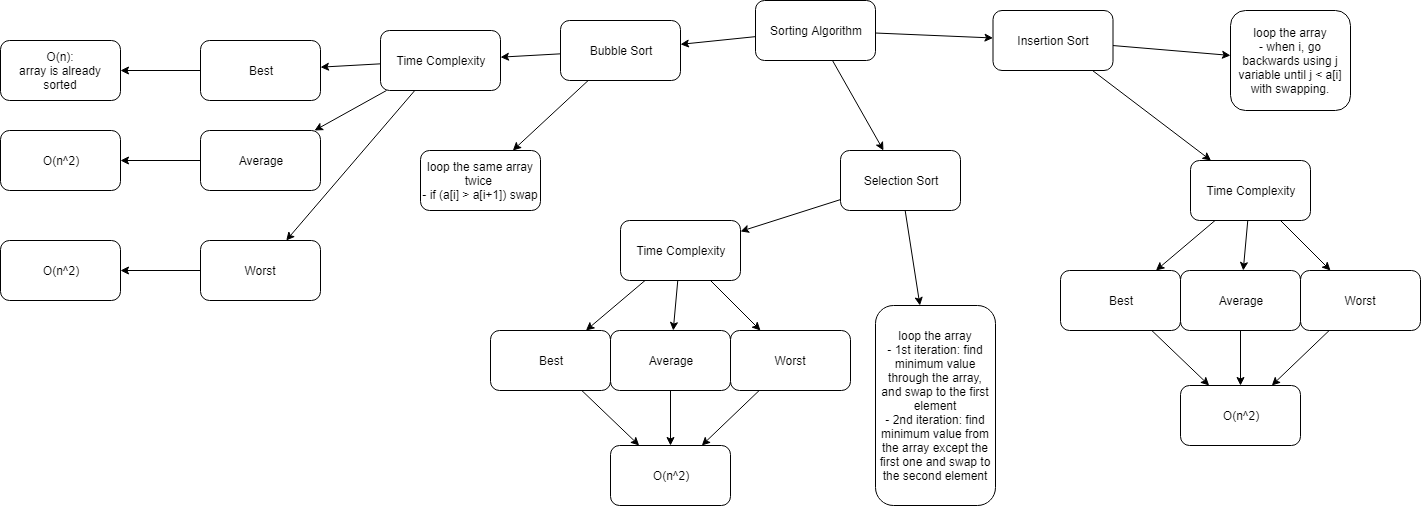
Above: Sorting_Algorithm.PNG in stsiwo/data_structures_and_algorithm (draw.io), before the change. Source tidied: cells renumbered, new cells last; positions are measured from the earlier drawing's top-left corner, leaving out a move shared by most shapes. The source it was exported from:
```xml
<mxGraphModel>
  <root>
    <mxCell id="0" />
    <mxCell id="1" parent="0" />
    <mxCell id="2" style="rounded=0;jettySize=auto;html=1;" parent="1" edge="1" source="5" target="12">
      <mxGeometry relative="1" as="geometry" />
    </mxCell>
    <mxCell id="3" style="edgeStyle=none;rounded=0;jettySize=auto;html=1;" parent="1" edge="1" source="5" target="8">
      <mxGeometry relative="1" as="geometry" />
    </mxCell>
    <mxCell id="4" style="edgeStyle=none;rounded=0;jettySize=auto;html=1;" parent="1" edge="1" source="5" target="29">
      <mxGeometry relative="1" as="geometry" />
    </mxCell>
    <mxCell id="5" value="Sorting Algorithm" style="rounded=1;whiteSpace=wrap;html=1;" parent="1" vertex="1">
      <mxGeometry x="755" width="120" height="60" as="geometry" />
    </mxCell>
    <mxCell id="6" style="edgeStyle=none;rounded=0;jettySize=auto;html=1;" parent="1" edge="1" source="8" target="9">
      <mxGeometry relative="1" as="geometry" />
    </mxCell>
    <mxCell id="7" style="edgeStyle=none;rounded=0;jettySize=auto;html=1;" parent="1" edge="1" source="8" target="35">
      <mxGeometry relative="1" as="geometry" />
    </mxCell>
    <mxCell id="8" value="Selection Sort" style="rounded=1;whiteSpace=wrap;html=1;" parent="1" vertex="1">
      <mxGeometry x="840" y="150" width="120" height="60" as="geometry" />
    </mxCell>
    <mxCell id="9" value="loop the array&lt;br&gt;- 1st iteration: find minimum value through the array, and swap to the first element&lt;br&gt;- 2nd iteration: find minimum value from the array except the first one and swap to the second element" style="rounded=1;whiteSpace=wrap;html=1;" parent="1" vertex="1">
      <mxGeometry x="875" y="305" width="120" height="200" as="geometry" />
    </mxCell>
    <mxCell id="10" style="edgeStyle=none;rounded=0;jettySize=auto;html=1;" parent="1" edge="1" source="12" target="26">
      <mxGeometry relative="1" as="geometry" />
    </mxCell>
    <mxCell id="11" style="edgeStyle=none;rounded=0;jettySize=auto;html=1;" parent="1" edge="1" source="12" target="16">
      <mxGeometry relative="1" as="geometry" />
    </mxCell>
    <mxCell id="12" value="Bubble Sort" style="rounded=1;whiteSpace=wrap;html=1;" parent="1" vertex="1">
      <mxGeometry x="560" y="20" width="120" height="60" as="geometry" />
    </mxCell>
    <mxCell id="13" style="edgeStyle=none;rounded=0;jettySize=auto;html=1;" parent="1" edge="1" source="16" target="24">
      <mxGeometry relative="1" as="geometry" />
    </mxCell>
    <mxCell id="14" style="edgeStyle=none;rounded=0;jettySize=auto;html=1;" parent="1" edge="1" source="16" target="21">
      <mxGeometry relative="1" as="geometry" />
    </mxCell>
    <mxCell id="15" style="edgeStyle=none;rounded=0;jettySize=auto;html=1;" parent="1" edge="1" source="16" target="18">
      <mxGeometry relative="1" as="geometry" />
    </mxCell>
    <mxCell id="16" value="Time Complexity" style="rounded=1;whiteSpace=wrap;html=1;" parent="1" vertex="1">
      <mxGeometry x="380" y="30" width="120" height="60" as="geometry" />
    </mxCell>
    <mxCell id="17" style="edgeStyle=none;rounded=0;jettySize=auto;html=1;" parent="1" edge="1" source="18" target="19">
      <mxGeometry relative="1" as="geometry" />
    </mxCell>
    <mxCell id="18" value="Worst" style="rounded=1;whiteSpace=wrap;html=1;" parent="1" vertex="1">
      <mxGeometry x="200" y="240" width="120" height="60" as="geometry" />
    </mxCell>
    <mxCell id="19" value="O(n^2)" style="rounded=1;whiteSpace=wrap;html=1;" parent="1" vertex="1">
      <mxGeometry y="240" width="120" height="60" as="geometry" />
    </mxCell>
    <mxCell id="20" style="edgeStyle=none;rounded=0;jettySize=auto;html=1;" parent="1" edge="1" source="21" target="22">
      <mxGeometry relative="1" as="geometry" />
    </mxCell>
    <mxCell id="21" value="Average" style="rounded=1;whiteSpace=wrap;html=1;" parent="1" vertex="1">
      <mxGeometry x="200" y="130" width="120" height="60" as="geometry" />
    </mxCell>
    <mxCell id="22" value="O(n^2)" style="rounded=1;whiteSpace=wrap;html=1;" parent="1" vertex="1">
      <mxGeometry y="130" width="120" height="60" as="geometry" />
    </mxCell>
    <mxCell id="23" style="edgeStyle=none;rounded=0;jettySize=auto;html=1;" parent="1" edge="1" source="24" target="25">
      <mxGeometry relative="1" as="geometry" />
    </mxCell>
    <mxCell id="24" value="Best" style="rounded=1;whiteSpace=wrap;html=1;" parent="1" vertex="1">
      <mxGeometry x="200" y="40" width="120" height="60" as="geometry" />
    </mxCell>
    <mxCell id="25" value="O(n):&lt;br&gt;array is already sorted" style="rounded=1;whiteSpace=wrap;html=1;" parent="1" vertex="1">
      <mxGeometry y="40" width="120" height="60" as="geometry" />
    </mxCell>
    <mxCell id="26" value="loop the same array twice&amp;nbsp;&lt;br&gt;- if (a[i] &amp;gt; a[i+1]) swap" style="rounded=1;whiteSpace=wrap;html=1;" parent="1" vertex="1">
      <mxGeometry x="420" y="150" width="120" height="60" as="geometry" />
    </mxCell>
    <mxCell id="27" style="edgeStyle=none;rounded=0;jettySize=auto;html=1;" parent="1" edge="1" source="29" target="30">
      <mxGeometry relative="1" as="geometry" />
    </mxCell>
    <mxCell id="28" style="edgeStyle=none;rounded=0;jettySize=auto;html=1;" parent="1" edge="1" source="29" target="47">
      <mxGeometry relative="1" as="geometry" />
    </mxCell>
    <mxCell id="29" value="Insertion Sort" style="rounded=1;whiteSpace=wrap;html=1;" parent="1" vertex="1">
      <mxGeometry x="992.5" y="10" width="120" height="60" as="geometry" />
    </mxCell>
    <mxCell id="30" value="loop the array&lt;br&gt;- when i, go backwards using j variable until j &amp;lt; a[i] with swapping." style="rounded=1;whiteSpace=wrap;html=1;" parent="1" vertex="1">
      <mxGeometry x="1230" y="10" width="120" height="100" as="geometry" />
    </mxCell>
    <mxCell id="31" value="&amp;nbsp; &amp;nbsp; &amp;nbsp; &amp;nbsp; &amp;nbsp; &amp;nbsp;&amp;nbsp;" style="text;html=1;align=left;verticalAlign=top;spacingTop=-4;" parent="1" vertex="1">
      <mxGeometry x="559" y="217" width="60" height="20" as="geometry" />
    </mxCell>
    <mxCell id="32" style="edgeStyle=none;rounded=0;jettySize=auto;html=1;" parent="1" edge="1" source="35" target="42">
      <mxGeometry relative="1" as="geometry" />
    </mxCell>
    <mxCell id="33" style="edgeStyle=none;rounded=0;jettySize=auto;html=1;" parent="1" edge="1" source="35" target="39">
      <mxGeometry relative="1" as="geometry" />
    </mxCell>
    <mxCell id="34" style="edgeStyle=none;rounded=0;jettySize=auto;html=1;" parent="1" edge="1" source="35" target="37">
      <mxGeometry relative="1" as="geometry" />
    </mxCell>
    <mxCell id="35" value="Time Complexity" style="rounded=1;whiteSpace=wrap;html=1;" parent="1" vertex="1">
      <mxGeometry x="620" y="220" width="120" height="60" as="geometry" />
    </mxCell>
    <mxCell id="36" style="edgeStyle=none;rounded=0;jettySize=auto;html=1;" parent="1" edge="1" source="37" target="40">
      <mxGeometry relative="1" as="geometry" />
    </mxCell>
    <mxCell id="37" value="Worst" style="rounded=1;whiteSpace=wrap;html=1;" parent="1" vertex="1">
      <mxGeometry x="730" y="330" width="120" height="60" as="geometry" />
    </mxCell>
    <mxCell id="38" style="edgeStyle=none;rounded=0;jettySize=auto;html=1;" parent="1" edge="1" source="39" target="40">
      <mxGeometry relative="1" as="geometry" />
    </mxCell>
    <mxCell id="39" value="Average" style="rounded=1;whiteSpace=wrap;html=1;" parent="1" vertex="1">
      <mxGeometry x="610" y="330" width="120" height="60" as="geometry" />
    </mxCell>
    <mxCell id="40" value="O(n^2)" style="rounded=1;whiteSpace=wrap;html=1;" parent="1" vertex="1">
      <mxGeometry x="610" y="445" width="120" height="60" as="geometry" />
    </mxCell>
    <mxCell id="41" style="edgeStyle=none;rounded=0;jettySize=auto;html=1;" parent="1" edge="1" source="42" target="40">
      <mxGeometry relative="1" as="geometry" />
    </mxCell>
    <mxCell id="42" value="Best" style="rounded=1;whiteSpace=wrap;html=1;" parent="1" vertex="1">
      <mxGeometry x="490" y="330" width="120" height="60" as="geometry" />
    </mxCell>
    <mxCell id="43" value="&amp;nbsp; &amp;nbsp; &amp;nbsp; &amp;nbsp; &amp;nbsp; &amp;nbsp;&amp;nbsp;" style="text;html=1;align=left;verticalAlign=top;spacingTop=-4;" parent="1" vertex="1">
      <mxGeometry x="1129" y="157" width="60" height="20" as="geometry" />
    </mxCell>
    <mxCell id="44" style="edgeStyle=none;rounded=0;jettySize=auto;html=1;" parent="1" edge="1" source="47" target="54">
      <mxGeometry relative="1" as="geometry" />
    </mxCell>
    <mxCell id="45" style="edgeStyle=none;rounded=0;jettySize=auto;html=1;" parent="1" edge="1" source="47" target="51">
      <mxGeometry relative="1" as="geometry" />
    </mxCell>
    <mxCell id="46" style="edgeStyle=none;rounded=0;jettySize=auto;html=1;" parent="1" edge="1" source="47" target="49">
      <mxGeometry relative="1" as="geometry" />
    </mxCell>
    <mxCell id="47" value="Time Complexity" style="rounded=1;whiteSpace=wrap;html=1;" parent="1" vertex="1">
      <mxGeometry x="1190" y="160" width="120" height="60" as="geometry" />
    </mxCell>
    <mxCell id="48" style="edgeStyle=none;rounded=0;jettySize=auto;html=1;" parent="1" edge="1" source="49" target="52">
      <mxGeometry relative="1" as="geometry" />
    </mxCell>
    <mxCell id="49" value="Worst" style="rounded=1;whiteSpace=wrap;html=1;" parent="1" vertex="1">
      <mxGeometry x="1300" y="270" width="120" height="60" as="geometry" />
    </mxCell>
    <mxCell id="50" style="edgeStyle=none;rounded=0;jettySize=auto;html=1;" parent="1" edge="1" source="51" target="52">
      <mxGeometry relative="1" as="geometry" />
    </mxCell>
    <mxCell id="51" value="Average" style="rounded=1;whiteSpace=wrap;html=1;" parent="1" vertex="1">
      <mxGeometry x="1180" y="270" width="120" height="60" as="geometry" />
    </mxCell>
    <mxCell id="52" value="O(n^2)" style="rounded=1;whiteSpace=wrap;html=1;" parent="1" vertex="1">
      <mxGeometry x="1180" y="385" width="120" height="60" as="geometry" />
    </mxCell>
    <mxCell id="53" style="edgeStyle=none;rounded=0;jettySize=auto;html=1;" parent="1" edge="1" source="54" target="52">
      <mxGeometry relative="1" as="geometry" />
    </mxCell>
    <mxCell id="54" value="Best" style="rounded=1;whiteSpace=wrap;html=1;" parent="1" vertex="1">
      <mxGeometry x="1060" y="270" width="120" height="60" as="geometry" />
    </mxCell>
  </root>
</mxGraphModel>
```
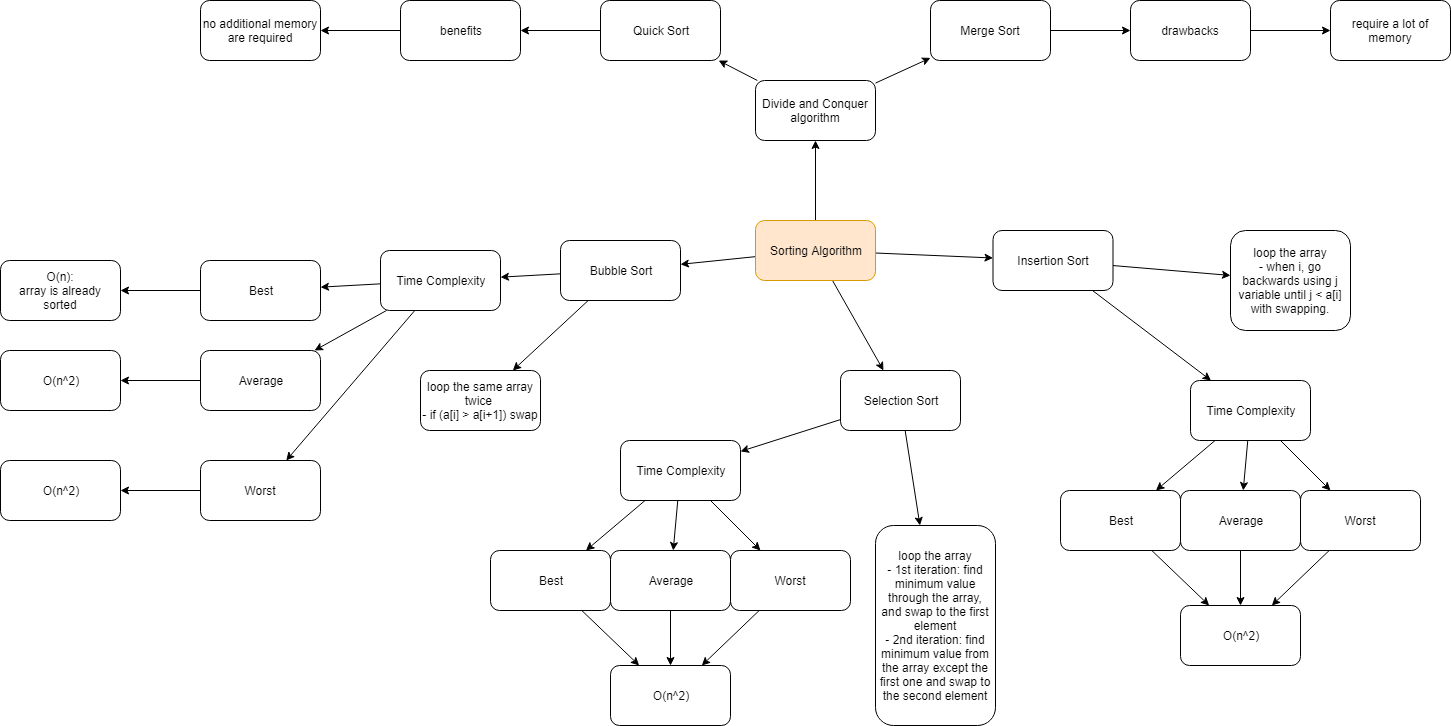
Later version of the same file.

Change to the diagram source:
```diff
@@ -11,9 +11,51 @@
     <mxCell id="4" style="edgeStyle=none;rounded=0;jettySize=auto;html=1;" parent="1" edge="1" source="5" target="29">
       <mxGeometry relative="1" as="geometry" />
     </mxCell>
+    <mxCell id="55" style="edgeStyle=none;rounded=0;jettySize=auto;html=1;" parent="1" edge="1" source="5" target="58">
+      <mxGeometry relative="1" as="geometry" />
+    </mxCell>
-    <mxCell id="5" value="Sorting Algorithm" style="rounded=1;whiteSpace=wrap;html=1;" parent="1" vertex="1">
+    <mxCell id="5" value="Sorting Algorithm" style="rounded=1;whiteSpace=wrap;html=1;fillColor=#ffe6cc;strokeColor=#d79b00;" parent="1" vertex="1">
       <mxGeometry x="755" width="120" height="60" as="geometry" />
     </mxCell>
+    <mxCell id="56" style="edgeStyle=none;rounded=0;jettySize=auto;html=1;" parent="1" edge="1" source="58" target="65">
+      <mxGeometry relative="1" as="geometry" />
+    </mxCell>
+    <mxCell id="57" style="edgeStyle=none;rounded=0;jettySize=auto;html=1;" parent="1" edge="1" source="58" target="60">
+      <mxGeometry relative="1" as="geometry" />
+    </mxCell>
+    <mxCell id="58" value="Divide and Conquer algorithm" style="rounded=1;whiteSpace=wrap;html=1;" parent="1" vertex="1">
+      <mxGeometry x="755" y="-140" width="120" height="60" as="geometry" />
+    </mxCell>
+    <mxCell id="59" style="edgeStyle=none;rounded=0;jettySize=auto;html=1;" parent="1" edge="1" source="60" target="62">
+      <mxGeometry relative="1" as="geometry" />
+    </mxCell>
+    <mxCell id="60" value="Merge Sort" style="rounded=1;whiteSpace=wrap;html=1;" parent="1" vertex="1">
+      <mxGeometry x="930" y="-220" width="120" height="60" as="geometry" />
+    </mxCell>
+    <mxCell id="61" style="edgeStyle=none;rounded=0;jettySize=auto;html=1;" parent="1" edge="1" source="62" target="63">
+      <mxGeometry relative="1" as="geometry" />
+    </mxCell>
+    <mxCell id="62" value="drawbacks" style="rounded=1;whiteSpace=wrap;html=1;" parent="1" vertex="1">
+      <mxGeometry x="1130" y="-220" width="120" height="60" as="geometry" />
+    </mxCell>
+    <mxCell id="63" value="require a lot of memory" style="rounded=1;whiteSpace=wrap;html=1;" parent="1" vertex="1">
+      <mxGeometry x="1330" y="-220" width="120" height="60" as="geometry" />
+    </mxCell>
+    <mxCell id="64" style="edgeStyle=none;rounded=0;jettySize=auto;html=1;" parent="1" edge="1" source="65" target="67">
+      <mxGeometry relative="1" as="geometry" />
+    </mxCell>
+    <mxCell id="65" value="Quick Sort" style="rounded=1;whiteSpace=wrap;html=1;" parent="1" vertex="1">
+      <mxGeometry x="600" y="-220" width="120" height="60" as="geometry" />
+    </mxCell>
+    <mxCell id="66" style="edgeStyle=none;rounded=0;jettySize=auto;html=1;" parent="1" edge="1" source="67" target="68">
+      <mxGeometry relative="1" as="geometry" />
+    </mxCell>
+    <mxCell id="67" value="benefits" style="rounded=1;whiteSpace=wrap;html=1;" parent="1" vertex="1">
+      <mxGeometry x="400" y="-220" width="120" height="60" as="geometry" />
+    </mxCell>
+    <mxCell id="68" value="no additional memory are required" style="rounded=1;whiteSpace=wrap;html=1;" parent="1" vertex="1">
+      <mxGeometry x="200" y="-220" width="120" height="60" as="geometry" />
+    </mxCell>
     <mxCell id="6" style="edgeStyle=none;rounded=0;jettySize=auto;html=1;" parent="1" edge="1" source="8" target="9">
       <mxGeometry relative="1" as="geometry" />
     </mxCell>
```
